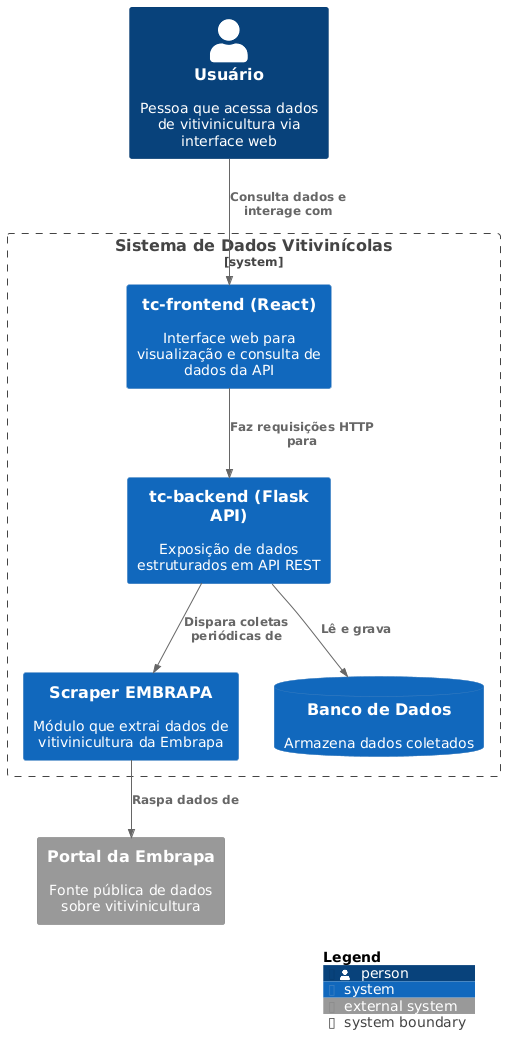
The PlantUML diagram docs/architecture/c4/rendered/C4_Context.png in luisguilermes/postechml-tech-challenge, before a commit.
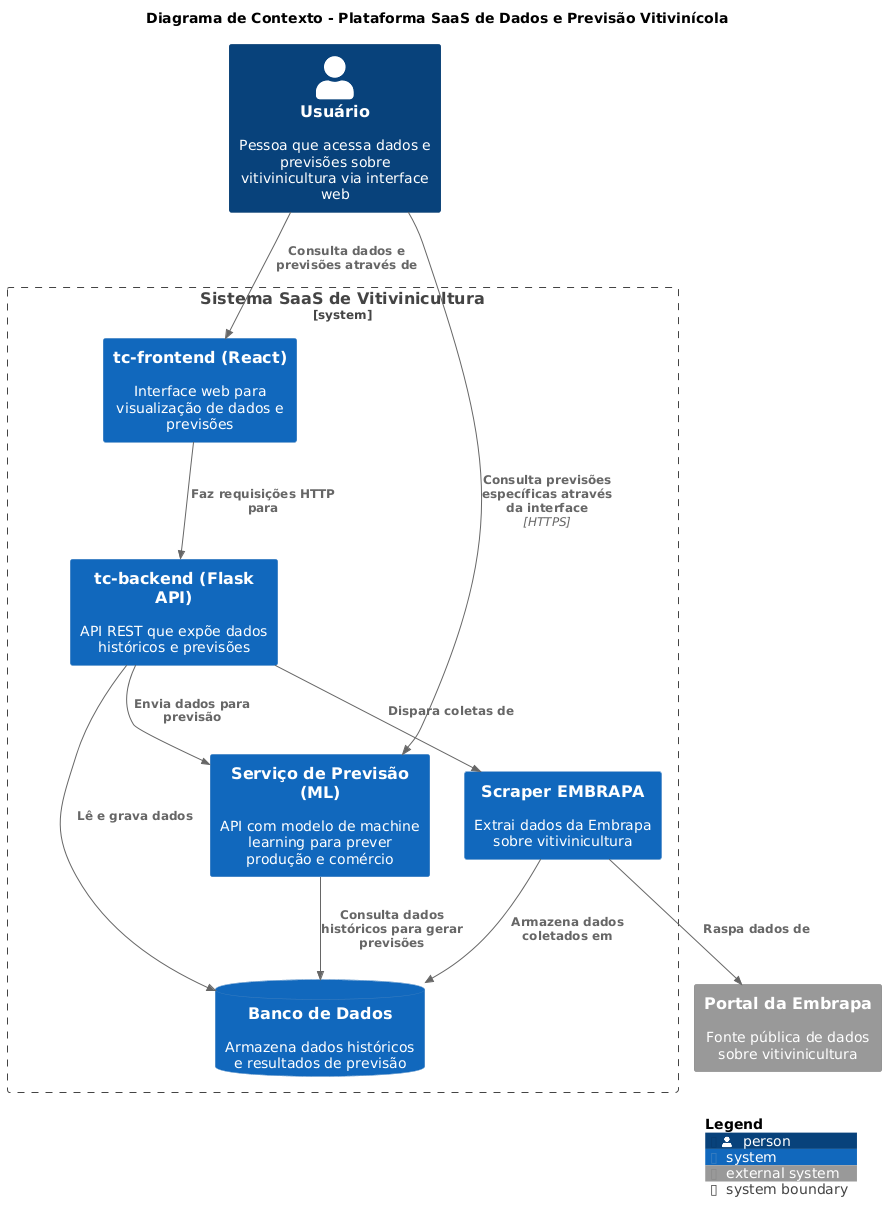
After the change.

What changed in the source:
```diff
@@ -1,22 +1,29 @@
 @startuml C4_Context
 !includeurl https://raw.githubusercontent.com/plantuml-stdlib/C4-PlantUML/master/C4_Context.puml
 
-Person(user, "Usuário", "Pessoa que acessa dados de vitivinicultura via interface web")
+title Diagrama de Contexto - Plataforma SaaS de Dados e Previsão Vitivinícola
 
-System_Boundary(sistema, "Sistema de Dados Vitivinícolas") {
-    System(webapp, "tc-frontend (React)", "Interface web para visualização e consulta de dados da API")
-    System(api, "tc-backend (Flask API)", "Exposição de dados estruturados em API REST")
-    System(scraper, "Scraper EMBRAPA", "Módulo que extrai dados de vitivinicultura da Embrapa")
-    SystemDb(database, "Banco de Dados", "Armazena dados coletados")
+Person(user, "Usuário", "Pessoa que acessa dados e previsões sobre vitivinicultura via interface web")
+
+System_Boundary(sistema, "Sistema SaaS de Vitivinicultura") {
+    System(webapp, "tc-frontend (React)", "Interface web para visualização de dados e previsões")
+    System(api, "tc-backend (Flask API)", "API REST que expõe dados históricos e previsões")
+    System(scraper, "Scraper EMBRAPA", "Extrai dados da Embrapa sobre vitivinicultura")
+    System(ml_api, "Serviço de Previsão (ML)", "API com modelo de machine learning para prever produção e comércio")
+    SystemDb(database, "Banco de Dados", "Armazena dados históricos e resultados de previsão")
 }
 
 System_Ext(embrapa, "Portal da Embrapa", "Fonte pública de dados sobre vitivinicultura")
 
-Rel(user, webapp, "Consulta dados e interage com")
+Rel(user, webapp, "Consulta dados e previsões através de")
 Rel(webapp, api, "Faz requisições HTTP para")
-Rel(api, database, "Lê e grava")
-Rel(api, scraper, "Dispara coletas periódicas de")
+Rel(api, database, "Lê e grava dados")
+Rel(api, scraper, "Dispara coletas de")
 Rel(scraper, embrapa, "Raspa dados de")
+Rel(scraper, database, "Armazena dados coletados em")
+Rel(api, ml_api, "Envia dados para previsão")
+Rel(ml_api, database, "Consulta dados históricos para gerar previsões")
+Rel(user, ml_api, "Consulta previsões específicas através da interface", "HTTPS")
 
 SHOW_LEGEND()
 @enduml
```
